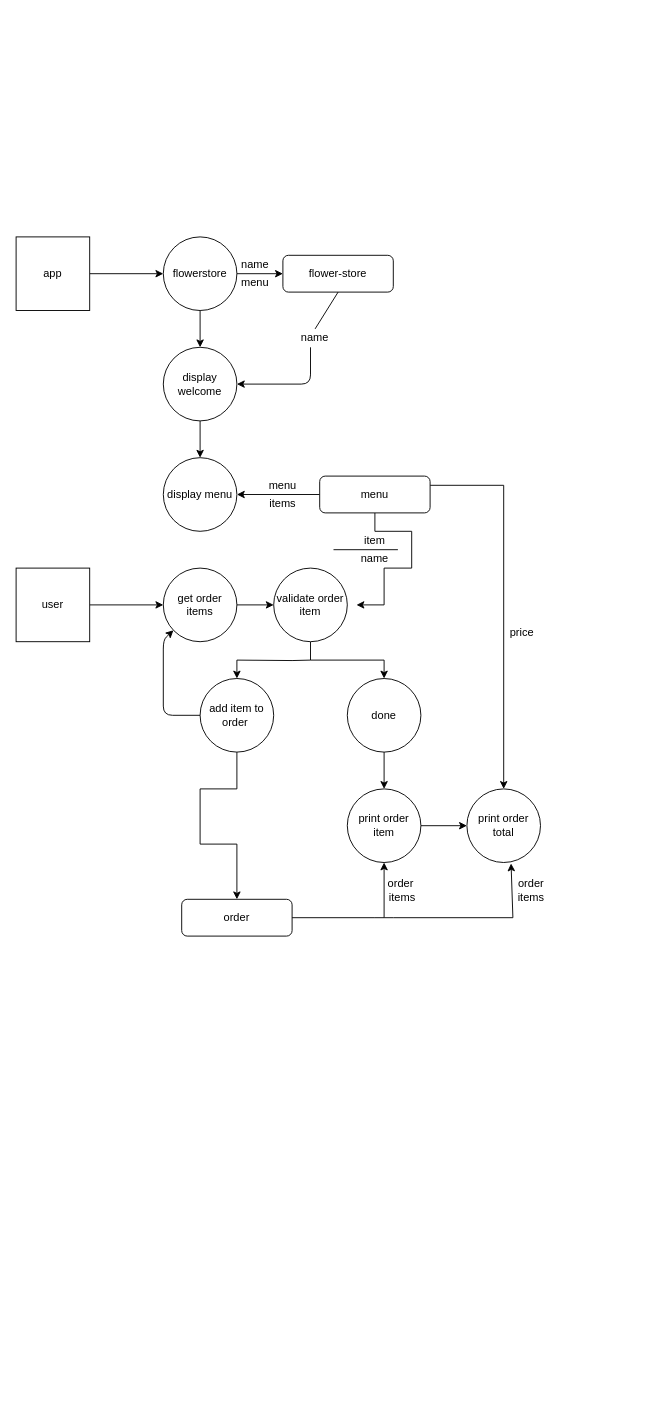
Above: Untitled Diagram.drawio in Gebrekidan-maker/app. (draw.io), before the change. Source tidied: cells renumbered, new cells numbered last; positions are measured from the earlier drawing's top-left corner, leaving out a move shared by most shapes. Both pictures are drawn from the tidied source at 92%, with x=0, y=0 at pixel (16, 236).
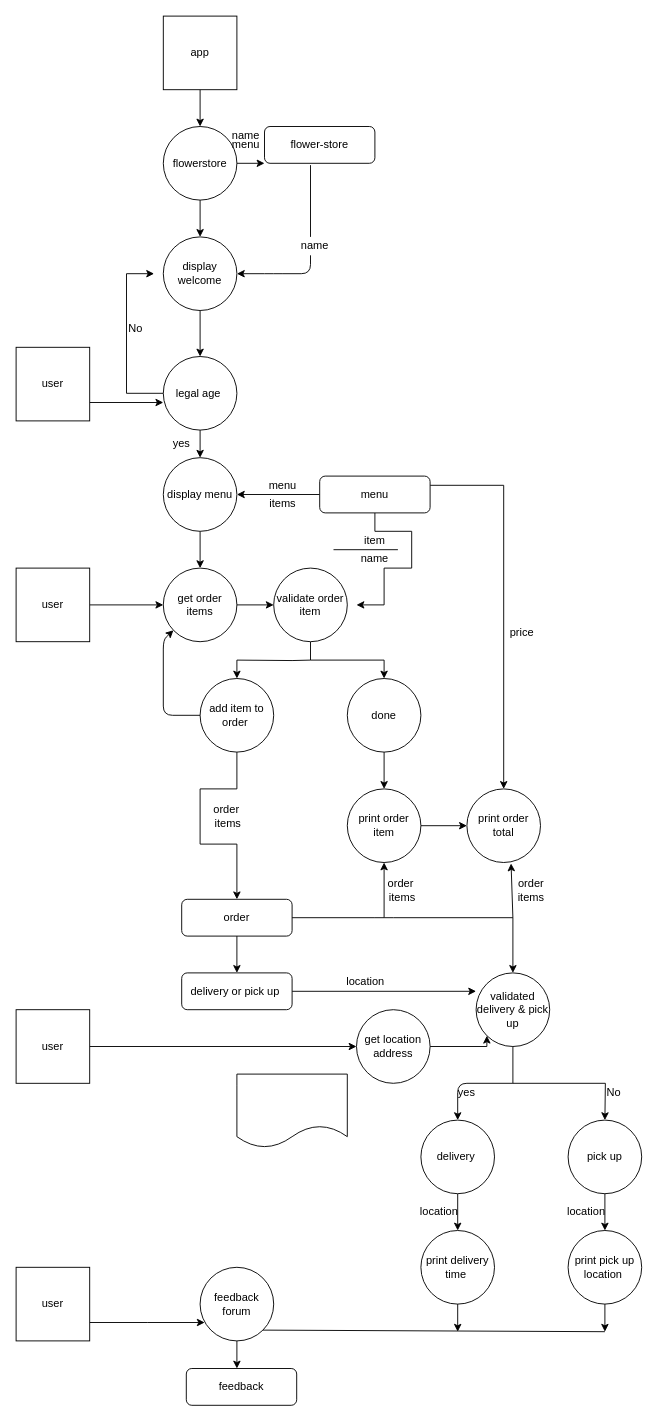
Above is the later version.

The change refers to these unchanged cells:
```xml
<mxCell id="15" value="display menu" style="ellipse;whiteSpace=wrap;html=1;" parent="1" vertex="1">
  <mxGeometry x="160" y="240" width="80" height="80" as="geometry" />
</mxCell>
<mxCell id="28" value="get order items" style="ellipse;whiteSpace=wrap;html=1;" parent="1" vertex="1">
  <mxGeometry x="160" y="360" width="80" height="80" as="geometry" />
</mxCell>
<mxCell id="40" value="order" style="rounded=1;whiteSpace=wrap;html=1;" parent="1" vertex="1">
  <mxGeometry x="180" y="720" width="120" height="40" as="geometry" />
</mxCell>
```

The edit, as a diff of the source:
```diff
@@
-    <mxCell id="2" style="edgeStyle=orthogonalEdgeStyle;rounded=0;jettySize=auto;html=1;exitX=1;exitY=0.5;exitDx=0;exitDy=0;entryX=0;entryY=0.5;entryDx=0;entryDy=0;" parent="1" edge="1" source="3" target="5">
+    <mxCell id="2" style="edgeStyle=orthogonalEdgeStyle;rounded=0;jettySize=auto;html=1;exitX=0.5;exitY=1;exitDx=0;exitDy=0;entryX=0.5;entryY=0;entryDx=0;entryDy=0;" parent="1" edge="1" source="3" target="5">
       <mxGeometry relative="1" as="geometry" />
     </mxCell>
     <mxCell id="3" value="app" style="whiteSpace=wrap;html=1;" parent="1" vertex="1">
-      <mxGeometry width="80" height="80" as="geometry" />
+      <mxGeometry x="160" y="-240" width="80" height="80" as="geometry" />
     </mxCell>
@@
     <mxCell id="5" value="flowerstore" style="ellipse;whiteSpace=wrap;html=1;" parent="1" vertex="1">
-      <mxGeometry x="160" width="80" height="80" as="geometry" />
+      <mxGeometry x="160" y="-120" width="80" height="80" as="geometry" />
     </mxCell>
-    <mxCell id="6" style="endArrow=classic;html=1;exitX=1;exitY=0.5;exitDx=0;exitDy=0;" parent="1" edge="1" source="5">
-      <mxGeometry relative="1" as="geometry">
-        <mxPoint x="290" y="40" as="targetPoint" />
-      </mxGeometry>
+    <mxCell id="6" style="endArrow=classic;html=1;exitX=1;exitY=0.5;exitDx=0;exitDy=0;entryX=0;entryY=1;entryDx=0;entryDy=0;" parent="1" edge="1" source="5" target="7">
+      <mxGeometry relative="1" as="geometry" />
     </mxCell>
     <mxCell id="7" value="flower-store" style="rounded=1;whiteSpace=wrap;html=1;" parent="1" vertex="1">
-      <mxGeometry x="290" y="20" width="120" height="40" as="geometry" />
+      <mxGeometry x="270" y="-120" width="120" height="40" as="geometry" />
     </mxCell>
     <mxCell id="8" value="name" style="text;html=1;strokeColor=none;fillColor=none;align=center;verticalAlign=middle;whiteSpace=wrap;rounded=0;" parent="1" vertex="1">
-      <mxGeometry x="240" y="20" width="40" height="20" as="geometry" />
+      <mxGeometry x="230" y="-120" width="40" height="20" as="geometry" />
     </mxCell>
     <mxCell id="9" value="menu" style="text;html=1;strokeColor=none;fillColor=none;align=center;verticalAlign=middle;whiteSpace=wrap;rounded=0;" parent="1" vertex="1">
-      <mxGeometry x="240" y="40" width="40" height="20" as="geometry" />
+      <mxGeometry x="230" y="-110" width="40" height="20" as="geometry" />
     </mxCell>
-    <mxCell id="10" style="endArrow=none;html=1;entryX=0.5;entryY=1;entryDx=0;entryDy=0;exitX=0.5;exitY=0;exitDx=0;exitDy=0;" parent="1" edge="1" source="11" target="7">
-      <mxGeometry relative="1" as="geometry" />
-    </mxCell>
     <mxCell id="11" value="name" style="text;html=1;strokeColor=none;fillColor=none;align=center;verticalAlign=middle;whiteSpace=wrap;rounded=0;" parent="1" vertex="1">
-      <mxGeometry x="305" y="100" width="40" height="20" as="geometry" />
+      <mxGeometry x="305" width="40" height="20" as="geometry" />
     </mxCell>
-    <mxCell id="12" style="endArrow=classic;html=1;exitX=0.375;exitY=1;exitDx=0;exitDy=0;exitPerimeter=0;" parent="1" edge="1" source="11">
+    <mxCell id="12" style="endArrow=classic;html=1;exitX=0.375;exitY=1;exitDx=0;exitDy=0;exitPerimeter=0;entryX=1;entryY=0.5;entryDx=0;entryDy=0;" parent="1" edge="1" source="11" target="14">
       <mxGeometry relative="1" as="geometry">
-        <mxPoint x="240" y="160" as="targetPoint" />
         <Array as="points">
-          <mxPoint x="320" y="160" />
+          <mxPoint x="320" y="40" />
+          <mxPoint x="280" y="40" />
         </Array>
       </mxGeometry>
     </mxCell>
-    <mxCell id="13" style="edgeStyle=orthogonalEdgeStyle;rounded=0;jettySize=auto;html=1;exitX=0.5;exitY=1;exitDx=0;exitDy=0;entryX=0.5;entryY=0;entryDx=0;entryDy=0;" parent="1" edge="1" source="14" target="15">
+    <mxCell id="13" style="edgeStyle=orthogonalEdgeStyle;rounded=0;jettySize=auto;html=1;exitX=0.5;exitY=1;exitDx=0;exitDy=0;entryX=0.5;entryY=0;entryDx=0;entryDy=0;" parent="1" edge="1" source="14" target="51">
       <mxGeometry relative="1" as="geometry" />
     </mxCell>
     <mxCell id="14" value="display welcome" style="ellipse;whiteSpace=wrap;html=1;" parent="1" vertex="1">
-      <mxGeometry x="160" y="120" width="80" height="80" as="geometry" />
+      <mxGeometry x="160" width="80" height="80" as="geometry" />
     </mxCell>
+    <mxCell id="47" style="edgeStyle=orthogonalEdgeStyle;rounded=0;jettySize=auto;html=1;exitX=0.5;exitY=1;exitDx=0;exitDy=0;entryX=0.5;entryY=0;entryDx=0;entryDy=0;" parent="1" edge="1" source="15" target="28">
+      <mxGeometry relative="1" as="geometry" />
+    </mxCell>
@@
+    <mxCell id="48" style="edgeStyle=orthogonalEdgeStyle;rounded=0;jettySize=auto;html=1;exitX=0.5;exitY=1;exitDx=0;exitDy=0;entryX=0.5;entryY=0;entryDx=0;entryDy=0;" parent="1" edge="1" source="40" target="57">
+      <mxGeometry relative="1" as="geometry" />
+    </mxCell>
@@
+    <mxCell id="49" style="edgeStyle=orthogonalEdgeStyle;rounded=0;jettySize=auto;html=1;exitX=0.5;exitY=1;exitDx=0;exitDy=0;entryX=0.5;entryY=0;entryDx=0;entryDy=0;" parent="1" edge="1" source="51" target="15">
+      <mxGeometry relative="1" as="geometry" />
+    </mxCell>
+    <mxCell id="50" style="edgeStyle=orthogonalEdgeStyle;rounded=0;jettySize=auto;html=1;exitX=0;exitY=0.5;exitDx=0;exitDy=0;" parent="1" edge="1" source="51">
+      <mxGeometry relative="1" as="geometry">
+        <mxPoint x="150" y="40" as="targetPoint" />
+        <Array as="points">
+          <mxPoint x="120" y="170" />
+          <mxPoint x="120" y="40" />
+        </Array>
+      </mxGeometry>
+    </mxCell>
+    <mxCell id="51" value="legal age&amp;nbsp;" style="ellipse;whiteSpace=wrap;html=1;" parent="1" vertex="1">
+      <mxGeometry x="160" y="130" width="80" height="80" as="geometry" />
+    </mxCell>
+    <mxCell id="52" style="endArrow=none;html=1;" parent="1" edge="1">
+      <mxGeometry relative="1" as="geometry">
+        <mxPoint x="320" as="sourcePoint" />
+        <mxPoint x="320" y="-78" as="targetPoint" />
+      </mxGeometry>
+    </mxCell>
+    <mxCell id="53" value="yes" style="text;html=1;strokeColor=none;fillColor=none;align=center;verticalAlign=middle;whiteSpace=wrap;rounded=0;" parent="1" vertex="1">
+      <mxGeometry x="160" y="220" width="40" height="10" as="geometry" />
+    </mxCell>
+    <mxCell id="54" value="No" style="text;html=1;strokeColor=none;fillColor=none;align=center;verticalAlign=middle;whiteSpace=wrap;rounded=0;" parent="1" vertex="1">
+      <mxGeometry x="110" y="90" width="40" height="20" as="geometry" />
+    </mxCell>
+    <mxCell id="55" value="order&amp;nbsp;&lt;br&gt;items" style="text;html=1;align=center;verticalAlign=middle;strokeColor=none;" parent="1" vertex="1">
+      <mxGeometry x="205" y="615" width="50" height="30" as="geometry" />
+    </mxCell>
+    <mxCell id="56" style="edgeStyle=orthogonalEdgeStyle;rounded=0;jettySize=auto;html=1;exitX=1;exitY=0.5;exitDx=0;exitDy=0;entryX=0;entryY=0.25;entryDx=0;entryDy=0;entryPerimeter=0;" parent="1" edge="1" source="57" target="60">
+      <mxGeometry relative="1" as="geometry" />
+    </mxCell>
+    <mxCell id="57" value="delivery or pick up&amp;nbsp;" style="rounded=1;whiteSpace=wrap;html=1;" parent="1" vertex="1">
+      <mxGeometry x="180" y="800" width="120" height="40" as="geometry" />
+    </mxCell>
+    <mxCell id="58" style="edgeStyle=orthogonalEdgeStyle;rounded=0;jettySize=auto;html=1;entryX=0;entryY=1;entryDx=0;entryDy=0;exitX=1;exitY=0.5;exitDx=0;exitDy=0;" parent="1" edge="1" source="63" target="60">
+      <mxGeometry relative="1" as="geometry">
+        <Array as="points">
+          <mxPoint x="512" y="880" />
+        </Array>
+      </mxGeometry>
+    </mxCell>
+    <mxCell id="59" style="edgeStyle=orthogonalEdgeStyle;rounded=0;jettySize=auto;html=1;exitX=0.5;exitY=1;exitDx=0;exitDy=0;" parent="1" edge="1" source="60">
+      <mxGeometry relative="1" as="geometry">
+        <mxPoint x="640" y="960" as="targetPoint" />
+      </mxGeometry>
+    </mxCell>
+    <mxCell id="60" value="validated delivery &amp;amp; pick up" style="ellipse;whiteSpace=wrap;html=1;" parent="1" vertex="1">
+      <mxGeometry x="500" y="800" width="80" height="80" as="geometry" />
+    </mxCell>
+    <mxCell id="61" style="endArrow=classic;html=1;entryX=0.5;entryY=0;entryDx=0;entryDy=0;" parent="1" edge="1" target="60">
+      <mxGeometry relative="1" as="geometry">
+        <mxPoint x="540" y="740" as="sourcePoint" />
+      </mxGeometry>
+    </mxCell>
+    <mxCell id="62" value="location" style="text;html=1;strokeColor=none;fillColor=none;align=center;verticalAlign=middle;whiteSpace=wrap;rounded=0;" parent="1" vertex="1">
+      <mxGeometry x="360" y="800" width="40" height="20" as="geometry" />
+    </mxCell>
+    <mxCell id="63" value="get location address" style="ellipse;whiteSpace=wrap;html=1;" parent="1" vertex="1">
+      <mxGeometry x="370" y="840" width="80" height="80" as="geometry" />
+    </mxCell>
+    <mxCell id="64" style="edgeStyle=orthogonalEdgeStyle;rounded=0;jettySize=auto;html=1;exitX=1;exitY=0.5;exitDx=0;exitDy=0;" parent="1" edge="1" source="65" target="63">
+      <mxGeometry relative="1" as="geometry" />
+    </mxCell>
+    <mxCell id="65" value="user" style="whiteSpace=wrap;html=1;" parent="1" vertex="1">
+      <mxGeometry y="840" width="80" height="80" as="geometry" />
+    </mxCell>
+    <mxCell id="66" style="endArrow=classic;html=1;" parent="1" edge="1">
+      <mxGeometry relative="1" as="geometry">
+        <mxPoint x="540" y="920" as="sourcePoint" />
+        <mxPoint x="480" y="960" as="targetPoint" />
+        <Array as="points">
+          <mxPoint x="480" y="920" />
+        </Array>
+      </mxGeometry>
+    </mxCell>
+    <mxCell id="67" style="edgeStyle=orthogonalEdgeStyle;rounded=0;jettySize=auto;html=1;" parent="1" edge="1" source="68" target="74">
+      <mxGeometry relative="1" as="geometry" />
+    </mxCell>
+    <mxCell id="68" value="delivery&amp;nbsp;" style="ellipse;whiteSpace=wrap;html=1;" parent="1" vertex="1">
+      <mxGeometry x="440" y="960" width="80" height="80" as="geometry" />
+    </mxCell>
+    <mxCell id="69" style="edgeStyle=orthogonalEdgeStyle;rounded=0;jettySize=auto;html=1;" parent="1" edge="1" source="70" target="76">
+      <mxGeometry relative="1" as="geometry" />
+    </mxCell>
+    <mxCell id="70" value="pick up" style="ellipse;whiteSpace=wrap;html=1;" parent="1" vertex="1">
+      <mxGeometry x="600" y="960" width="80" height="80" as="geometry" />
+    </mxCell>
+    <mxCell id="71" value="No" style="text;html=1;strokeColor=none;fillColor=none;align=center;verticalAlign=middle;whiteSpace=wrap;rounded=0;" parent="1" vertex="1">
+      <mxGeometry x="630" y="920" width="40" height="20" as="geometry" />
+    </mxCell>
+    <mxCell id="72" value="yes" style="text;html=1;strokeColor=none;fillColor=none;align=center;verticalAlign=middle;whiteSpace=wrap;rounded=0;" parent="1" vertex="1">
+      <mxGeometry x="470" y="920" width="40" height="20" as="geometry" />
+    </mxCell>
+    <mxCell id="73" style="edgeStyle=orthogonalEdgeStyle;rounded=0;jettySize=auto;html=1;exitX=0.5;exitY=1;exitDx=0;exitDy=0;" parent="1" edge="1" source="74">
+      <mxGeometry relative="1" as="geometry">
+        <mxPoint x="480" y="1190" as="targetPoint" />
+      </mxGeometry>
+    </mxCell>
+    <mxCell id="74" value="print delivery time&amp;nbsp;" style="ellipse;whiteSpace=wrap;html=1;" parent="1" vertex="1">
+      <mxGeometry x="440" y="1080" width="80" height="80" as="geometry" />
+    </mxCell>
+    <mxCell id="75" style="edgeStyle=orthogonalEdgeStyle;rounded=0;jettySize=auto;html=1;exitX=0.5;exitY=1;exitDx=0;exitDy=0;" parent="1" edge="1" source="76">
+      <mxGeometry relative="1" as="geometry">
+        <mxPoint x="640" y="1190" as="targetPoint" />
+      </mxGeometry>
+    </mxCell>
+    <mxCell id="76" value="print pick up location&amp;nbsp;" style="ellipse;whiteSpace=wrap;html=1;" parent="1" vertex="1">
+      <mxGeometry x="600" y="1080" width="80" height="80" as="geometry" />
+    </mxCell>
+    <mxCell id="77" value="location" style="text;html=1;strokeColor=none;fillColor=none;align=center;verticalAlign=middle;whiteSpace=wrap;rounded=0;" parent="1" vertex="1">
+      <mxGeometry x="440" y="1050" width="40" height="20" as="geometry" />
+    </mxCell>
+    <mxCell id="78" value="location" style="text;html=1;strokeColor=none;fillColor=none;align=center;verticalAlign=middle;whiteSpace=wrap;rounded=0;" parent="1" vertex="1">
+      <mxGeometry x="600" y="1050" width="40" height="20" as="geometry" />
+    </mxCell>
+    <mxCell id="79" style="edgeStyle=orthogonalEdgeStyle;rounded=0;jettySize=auto;html=1;exitX=1;exitY=0.75;exitDx=0;exitDy=0;entryX=0;entryY=0.5;entryDx=0;entryDy=0;" parent="1" edge="1" source="80">
+      <mxGeometry relative="1" as="geometry">
+        <mxPoint x="205" y="1180" as="targetPoint" />
+      </mxGeometry>
+    </mxCell>
+    <mxCell id="80" value="user" style="whiteSpace=wrap;html=1;" parent="1" vertex="1">
+      <mxGeometry y="1120" width="80" height="80" as="geometry" />
+    </mxCell>
+    <mxCell id="81" style="endArrow=none;html=1;exitX=1;exitY=1;exitDx=0;exitDy=0;" parent="1" edge="1" source="83">
+      <mxGeometry relative="1" as="geometry">
+        <mxPoint x="640" y="1190" as="targetPoint" />
+      </mxGeometry>
+    </mxCell>
+    <mxCell id="82" style="edgeStyle=orthogonalEdgeStyle;rounded=0;jettySize=auto;html=1;exitX=0.5;exitY=1;exitDx=0;exitDy=0;" parent="1" edge="1" source="83">
+      <mxGeometry relative="1" as="geometry">
+        <mxPoint x="240" y="1230" as="targetPoint" />
+      </mxGeometry>
+    </mxCell>
+    <mxCell id="83" value="feedback forum" style="ellipse;whiteSpace=wrap;html=1;" parent="1" vertex="1">
+      <mxGeometry x="200" y="1120" width="80" height="80" as="geometry" />
+    </mxCell>
+    <mxCell id="84" value="feedback" style="rounded=1;whiteSpace=wrap;html=1;" parent="1" vertex="1">
+      <mxGeometry x="185" y="1230" width="120" height="40" as="geometry" />
+    </mxCell>
+    <mxCell id="85" style="edgeStyle=orthogonalEdgeStyle;rounded=0;jettySize=auto;html=1;exitX=1;exitY=0.75;exitDx=0;exitDy=0;entryX=0;entryY=0.625;entryDx=0;entryDy=0;entryPerimeter=0;" parent="1" edge="1" source="86" target="51">
+      <mxGeometry relative="1" as="geometry" />
+    </mxCell>
+    <mxCell id="86" value="user" style="whiteSpace=wrap;html=1;" parent="1" vertex="1">
+      <mxGeometry y="120" width="80" height="80" as="geometry" />
+    </mxCell>
+    <mxCell id="87" style="shape=document;whiteSpace=wrap;html=1;boundedLbl=1;" parent="1" vertex="1">
+      <mxGeometry x="240" y="910" width="120" height="80" as="geometry" />
+    </mxCell>
```
